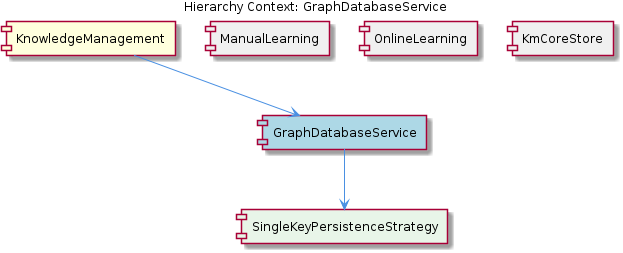
fwornle/coding keeps this PlantUML diagram as knowledge-management/insights/images/graph-database-service-relationship.png. Above is the earlier version. Its source is kept beside it as .data/knowledge-graph/insights/puml/graph-database-service-relationship.puml.
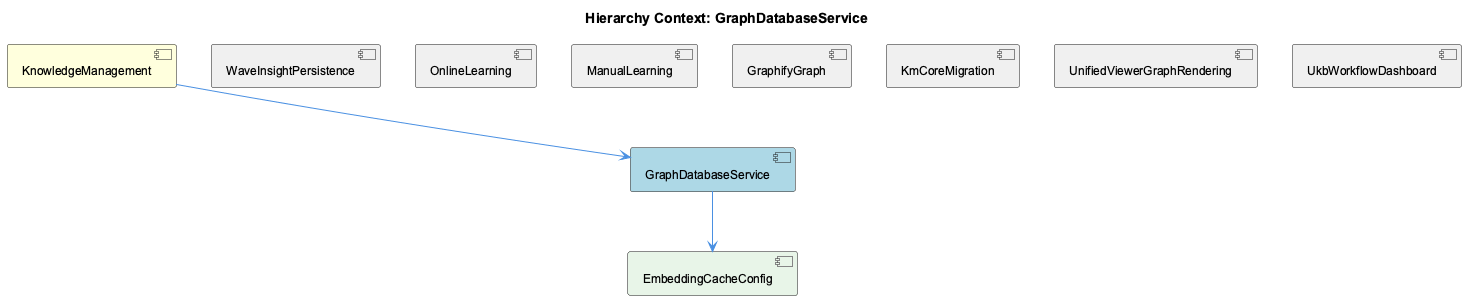
The same diagram one commit later.

Change to the diagram source:
```diff
@@ -5,15 +5,23 @@
 
 [KnowledgeManagement] as knowledge_management #FFFFDD
 [GraphDatabaseService] as graph_database_service #LightBlue
+[WaveInsightPersistence] as wave_insight_persistence #F0F0F0
+[OnlineLearning] as online_learning #F0F0F0
 [ManualLearning] as manual_learning #F0F0F0
-[OnlineLearning] as online_learning #F0F0F0
-[KmCoreStore] as km_core_store #F0F0F0
-[SingleKeyPersistenceStrategy] as single_key_persistence_strategy #E8F5E8
+[GraphifyGraph] as graphify_graph #F0F0F0
+[KmCoreMigration] as km_core_migration #F0F0F0
+[UnifiedViewerGraphRendering] as unified_viewer_graph_rendering #F0F0F0
+[UkbWorkflowDashboard] as ukb_workflow_dashboard #F0F0F0
+[EmbeddingCacheConfig] as embedding_cache_config #E8F5E8
 
 knowledge_management --> graph_database_service
+wave_insight_persistence -[hidden]- graph_database_service
+online_learning -[hidden]- graph_database_service
 manual_learning -[hidden]- graph_database_service
-online_learning -[hidden]- graph_database_service
-km_core_store -[hidden]- graph_database_service
-graph_database_service --> single_key_persistence_strategy
+graphify_graph -[hidden]- graph_database_service
+km_core_migration -[hidden]- graph_database_service
+unified_viewer_graph_rendering -[hidden]- graph_database_service
+ukb_workflow_dashboard -[hidden]- graph_database_service
+graph_database_service --> embedding_cache_config
 
 @enduml
```
